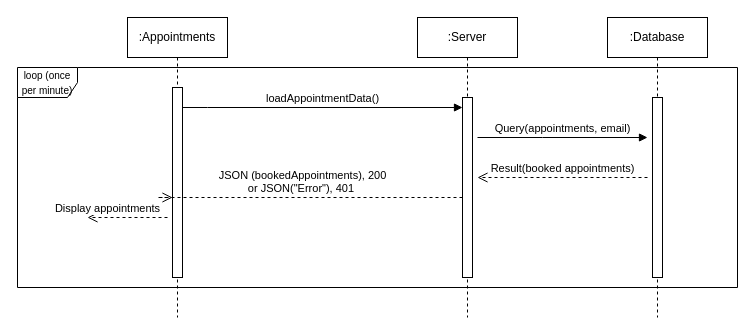
Above: FindProviderDiagram.drawio in azukailonzo/azukailonzo (draw.io), before the change. Source tidied: cells renumbered, new cells numbered last; positions are measured from the earlier drawing's top-left corner, leaving out a move shared by most shapes. Both pictures are drawn from the tidied source at 100%, with x=0, y=0 at pixel (17, 17).
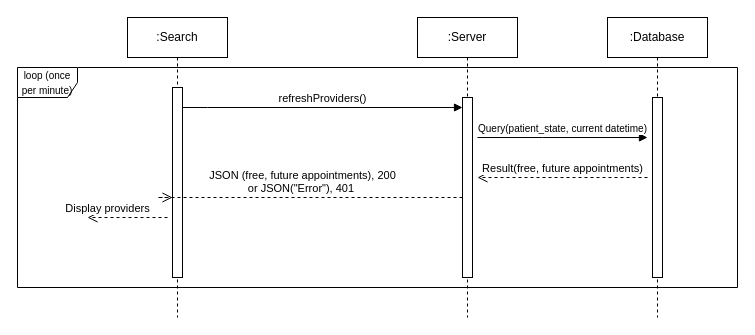
Above is the later version.

Unchanged cells that the change refers to:
```xml
<mxCell id="3" style="html=1;points=[];perimeter=orthogonalPerimeter;outlineConnect=0;targetShapes=umlLifeline;portConstraint=eastwest;newEdgeStyle={&quot;edgeStyle&quot;:&quot;elbowEdgeStyle&quot;,&quot;elbow&quot;:&quot;vertical&quot;,&quot;curved&quot;:0,&quot;rounded&quot;:0};" parent="2" vertex="1">
  <mxGeometry x="45" y="70" width="10" height="190" as="geometry" />
</mxCell>
<mxCell id="5" style="html=1;points=[];perimeter=orthogonalPerimeter;outlineConnect=0;targetShapes=umlLifeline;portConstraint=eastwest;newEdgeStyle={&quot;edgeStyle&quot;:&quot;elbowEdgeStyle&quot;,&quot;elbow&quot;:&quot;vertical&quot;,&quot;curved&quot;:0,&quot;rounded&quot;:0};" parent="4" vertex="1">
  <mxGeometry x="45" y="80" width="10" height="180" as="geometry" />
</mxCell>
```

Change to the diagram source:
```diff
@@
-    <mxCell id="2" value=":Appointments" style="shape=umlLifeline;perimeter=lifelinePerimeter;whiteSpace=wrap;html=1;newEdgeStyle={&quot;edgeStyle&quot;:&quot;elbowEdgeStyle&quot;,&quot;elbow&quot;:&quot;vertical&quot;,&quot;curved&quot;:0,&quot;rounded&quot;:0};" parent="1" vertex="1">
+    <mxCell id="2" value=":Search" style="shape=umlLifeline;perimeter=lifelinePerimeter;whiteSpace=wrap;html=1;newEdgeStyle={&quot;edgeStyle&quot;:&quot;elbowEdgeStyle&quot;,&quot;elbow&quot;:&quot;vertical&quot;,&quot;curved&quot;:0,&quot;rounded&quot;:0};" parent="1" vertex="1">
       <mxGeometry x="110" width="100" height="300" as="geometry" />
     </mxCell>
@@
-    <mxCell id="6" value="loadAppointmentData()" style="html=1;verticalAlign=bottom;endArrow=block;edgeStyle=elbowEdgeStyle;elbow=vertical;curved=0;rounded=0;" parent="1" edge="1" source="3" target="5">
+    <mxCell id="6" value="refreshProviders()" style="html=1;verticalAlign=bottom;endArrow=block;edgeStyle=elbowEdgeStyle;elbow=vertical;curved=0;rounded=0;" parent="1" edge="1" source="3" target="5">
       <mxGeometry relative="1" as="geometry">
         <Array as="points">
           <mxPoint x="190" y="90" />
           <mxPoint x="130" y="120" />
           <mxPoint x="150" y="80" />
         </Array>
       </mxGeometry>
     </mxCell>
-    <mxCell id="7" value="JSON (bookedAppointments), 200 &lt;br&gt;or JSON(&quot;Error&quot;), 401&amp;nbsp;" style="html=1;verticalAlign=bottom;endArrow=open;dashed=1;endSize=8;edgeStyle=elbowEdgeStyle;elbow=vertical;curved=0;rounded=0;" parent="1" edge="1" source="5" target="3">
+    <mxCell id="7" value="JSON (free, future appointments), 200 &lt;br&gt;or JSON(&quot;Error&quot;), 401&amp;nbsp;" style="html=1;verticalAlign=bottom;endArrow=open;dashed=1;endSize=8;edgeStyle=elbowEdgeStyle;elbow=vertical;curved=0;rounded=0;" parent="1" edge="1" source="5" target="3">
       <mxGeometry relative="1" as="geometry">
         <Array as="points">
           <mxPoint x="140" y="180" />
           <mxPoint x="160" y="240" />
         </Array>
       </mxGeometry>
     </mxCell>
@@
-    <mxCell id="10" value="Query(appointments, email)" style="html=1;verticalAlign=bottom;endArrow=block;edgeStyle=elbowEdgeStyle;elbow=vertical;curved=0;rounded=0;" parent="1" edge="1">
+    <mxCell id="10" value="&lt;font style=&quot;font-size: 10px;&quot;&gt;Query(patient_state, current datetime)&lt;/font&gt;" style="html=1;verticalAlign=bottom;endArrow=block;edgeStyle=elbowEdgeStyle;elbow=vertical;curved=0;rounded=0;" parent="1" edge="1">
       <mxGeometry relative="1" as="geometry">
         <mxPoint x="460" y="120" as="sourcePoint" />
         <mxPoint x="630" y="120" as="targetPoint" />
         <Array as="points">
           <mxPoint x="525" y="120" />
           <mxPoint x="545" y="80" />
         </Array>
       </mxGeometry>
     </mxCell>
-    <mxCell id="11" value="Result(booked appointments)" style="html=1;verticalAlign=bottom;endArrow=open;dashed=1;endSize=8;edgeStyle=elbowEdgeStyle;elbow=vertical;curved=0;rounded=0;" parent="1" edge="1">
+    <mxCell id="11" value="Result(free, future appointments)" style="html=1;verticalAlign=bottom;endArrow=open;dashed=1;endSize=8;edgeStyle=elbowEdgeStyle;elbow=vertical;curved=0;rounded=0;" parent="1" edge="1">
       <mxGeometry relative="1" as="geometry">
         <mxPoint x="630" y="160" as="sourcePoint" />
         <mxPoint x="460" y="160" as="targetPoint" />
         <Array as="points">
           <mxPoint x="535" y="160" />
           <mxPoint x="555" y="220" />
         </Array>
       </mxGeometry>
     </mxCell>
-    <mxCell id="12" value="Display appointments" style="html=1;verticalAlign=bottom;endArrow=open;dashed=1;endSize=8;edgeStyle=elbowEdgeStyle;elbow=vertical;curved=0;rounded=0;" parent="1" edge="1">
+    <mxCell id="12" value="Display providers" style="html=1;verticalAlign=bottom;endArrow=open;dashed=1;endSize=8;edgeStyle=elbowEdgeStyle;elbow=vertical;curved=0;rounded=0;" parent="1" edge="1">
       <mxGeometry x="0.5" relative="1" as="geometry">
         <mxPoint x="150" y="200" as="sourcePoint" />
         <mxPoint x="70" y="200" as="targetPoint" />
       </mxGeometry>
     </mxCell>
```
